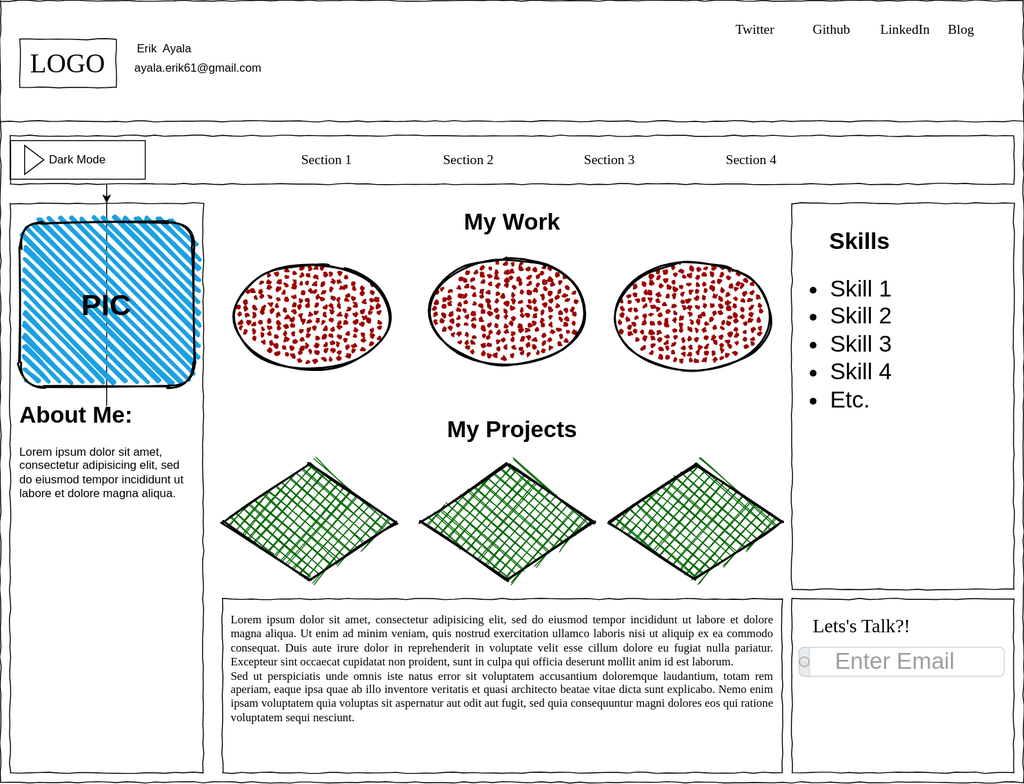
erik-ayala/portfolio keeps this draw.io diagram as MobileWirefram.svg. Above is the earlier version. Source tidied: cells renumbered, new cells last; positions are measured from the earlier drawing's top-left corner, leaving out a move shared by most shapes.
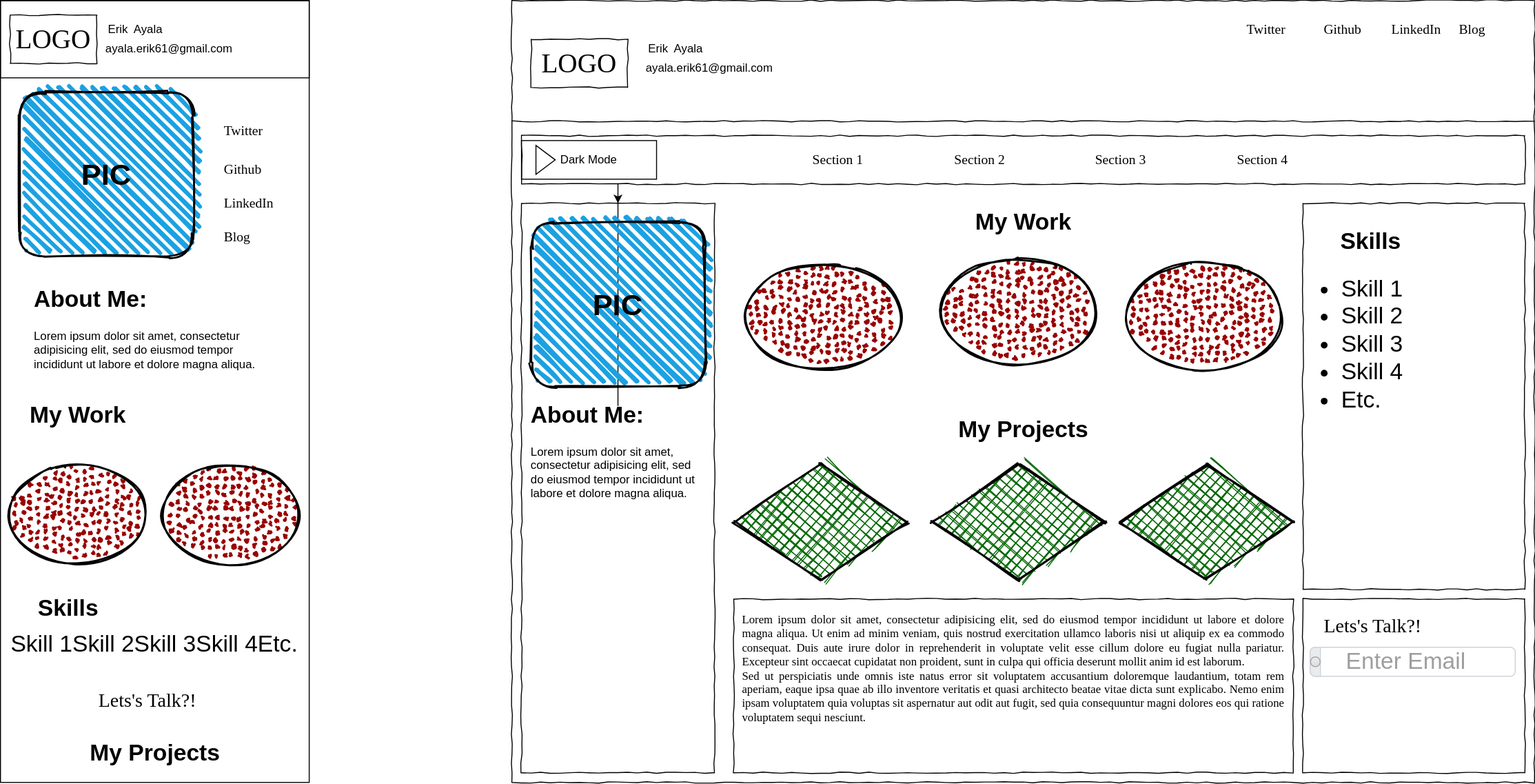
Above is the later version.

Change to the diagram source:
```diff
@@ -121,5 +121,62 @@
     <mxCell id="40" value="Enter Email" style="text;html=1;strokeColor=none;fillColor=none;align=center;verticalAlign=middle;whiteSpace=wrap;rounded=0;fontSize=24;fontColor=#9E9E9E;" parent="37" vertex="1">
       <mxGeometry x="10.6" y="5" width="177.5" height="20" as="geometry" />
     </mxCell>
+    <mxCell id="41" style="rounded=0;whiteSpace=wrap;html=1;fillColor=none;" parent="1" vertex="1">
+      <mxGeometry x="-530" width="320" height="810" as="geometry" />
+    </mxCell>
+    <mxCell id="42" style="rounded=0;whiteSpace=wrap;html=1;fillColor=none;" parent="1" vertex="1">
+      <mxGeometry x="-530" width="320" height="80" as="geometry" />
+    </mxCell>
+    <mxCell id="43" value="LOGO" style="whiteSpace=wrap;html=1;rounded=0;shadow=0;labelBackgroundColor=none;strokeWidth=1;fontFamily=Verdana;fontSize=28;align=center;comic=1;" parent="1" vertex="1">
+      <mxGeometry x="-520" y="15" width="90" height="50" as="geometry" />
+    </mxCell>
+    <mxCell id="44" value="ayala.erik61@gmail.com" style="text;html=1;strokeColor=none;fillColor=none;align=center;verticalAlign=middle;whiteSpace=wrap;rounded=0;" parent="1" vertex="1">
+      <mxGeometry x="-430" y="40" width="150" height="20" as="geometry" />
+    </mxCell>
+    <mxCell id="45" value="Erik&amp;nbsp; Ayala" style="text;html=1;strokeColor=none;fillColor=none;align=center;verticalAlign=middle;whiteSpace=wrap;rounded=0;" parent="1" vertex="1">
+      <mxGeometry x="-430" y="20" width="80" height="20" as="geometry" />
+    </mxCell>
+    <mxCell id="46" style="rounded=1;whiteSpace=wrap;html=1;strokeWidth=2;fillWeight=4;hachureGap=8;hachureAngle=45;fillColor=#1ba1e2;sketch=1;" parent="1" vertex="1">
+      <mxGeometry x="-510" y="95" width="180" height="170" as="geometry" />
+    </mxCell>
+    <mxCell id="47" value="&lt;font size=&quot;1&quot;&gt;&lt;b style=&quot;font-size: 31px&quot;&gt;PIC&lt;/b&gt;&lt;/font&gt;" style="text;html=1;align=center;verticalAlign=middle;whiteSpace=wrap;rounded=0;" parent="1" vertex="1">
+      <mxGeometry x="-485" y="105" width="130" height="150" as="geometry" />
+    </mxCell>
+    <mxCell id="48" value="&lt;h1&gt;About Me:&lt;/h1&gt;&lt;p&gt;Lorem ipsum dolor sit amet, consectetur adipisicing elit, sed do eiusmod tempor incididunt ut labore et dolore magna aliqua.&lt;/p&gt;" style="text;html=1;strokeColor=none;fillColor=none;spacing=5;spacingTop=-20;whiteSpace=wrap;overflow=hidden;rounded=0;fontColor=#000000;strokeWidth=12;" parent="1" vertex="1">
+      <mxGeometry x="-500" y="290" width="260" height="120" as="geometry" />
+    </mxCell>
+    <mxCell id="49" value="Twitter" style="text;html=1;align=left;verticalAlign=top;spacingTop=-4;fontSize=14;fontFamily=Verdana;" parent="1" vertex="1">
+      <mxGeometry x="-300" y="125" width="60" height="20" as="geometry" />
+    </mxCell>
+    <mxCell id="50" value="Github" style="text;html=1;align=left;verticalAlign=top;spacingTop=-4;fontSize=14;fontFamily=Verdana;" parent="1" vertex="1">
+      <mxGeometry x="-300" y="165" width="60" height="20" as="geometry" />
+    </mxCell>
+    <mxCell id="51" value="LinkedIn" style="text;html=1;align=left;verticalAlign=top;spacingTop=-4;fontSize=14;fontFamily=Verdana;" parent="1" vertex="1">
+      <mxGeometry x="-300" y="200" width="60" height="20" as="geometry" />
+    </mxCell>
+    <mxCell id="52" value="Blog" style="text;html=1;align=left;verticalAlign=top;spacingTop=-4;fontSize=14;fontFamily=Verdana;" parent="1" vertex="1">
+      <mxGeometry x="-300" y="235" width="60" height="20" as="geometry" />
+    </mxCell>
+    <mxCell id="53" value="My Work" style="text;strokeColor=none;fillColor=none;html=1;fontSize=24;fontStyle=1;verticalAlign=middle;align=center;fontColor=#000000;" parent="1" vertex="1">
+      <mxGeometry x="-500" y="410" width="100" height="40" as="geometry" />
+    </mxCell>
+    <mxCell id="54" style="ellipse;whiteSpace=wrap;html=1;strokeWidth=2;fillWeight=2;hachureGap=8;fillColor=#990000;fillStyle=dots;sketch=1;fontColor=#000000;" parent="1" vertex="1">
+      <mxGeometry x="-518.8" y="480" width="137.5" height="105" as="geometry" />
+    </mxCell>
+    <mxCell id="55" style="ellipse;whiteSpace=wrap;html=1;strokeWidth=2;fillWeight=2;hachureGap=8;fillColor=#990000;fillStyle=dots;sketch=1;fontColor=#000000;" parent="1" vertex="1">
+      <mxGeometry x="-360" y="480" width="137.5" height="105" as="geometry" />
+    </mxCell>
+    <mxCell id="56" value="Skills" style="text;strokeColor=none;fillColor=none;html=1;fontSize=24;fontStyle=1;verticalAlign=middle;align=center;fontColor=#000000;" parent="1" vertex="1">
+      <mxGeometry x="-510" y="610" width="100" height="40" as="geometry" />
+    </mxCell>
+    <mxCell id="57" value="Skill 1Skill 2Skill 3Skill 4Etc." style="text;strokeColor=none;fillColor=none;verticalAlign=middle;overflow=hidden;fontColor=#000000;fontSize=24;spacing=0;whiteSpace=wrap;html=1;" parent="1" vertex="1">
+      <mxGeometry x="-518.8" y="633" width="308.8" height="67" as="geometry" />
+    </mxCell>
+    <mxCell id="58" value="Lets's Talk?!" style="text;html=1;align=left;verticalAlign=top;spacingTop=-4;fontSize=20;fontFamily=Verdana;" parent="1" vertex="1">
+      <mxGeometry x="-430" y="710" width="100" height="20" as="geometry" />
+    </mxCell>
+    <mxCell id="59" value="My Projects" style="text;strokeColor=none;fillColor=none;html=1;fontSize=24;fontStyle=1;verticalAlign=middle;align=center;fontColor=#000000;" parent="1" vertex="1">
+      <mxGeometry x="-420" y="760" width="100" height="40" as="geometry" />
+    </mxCell>
   </root>
 </mxGraphModel>
```
